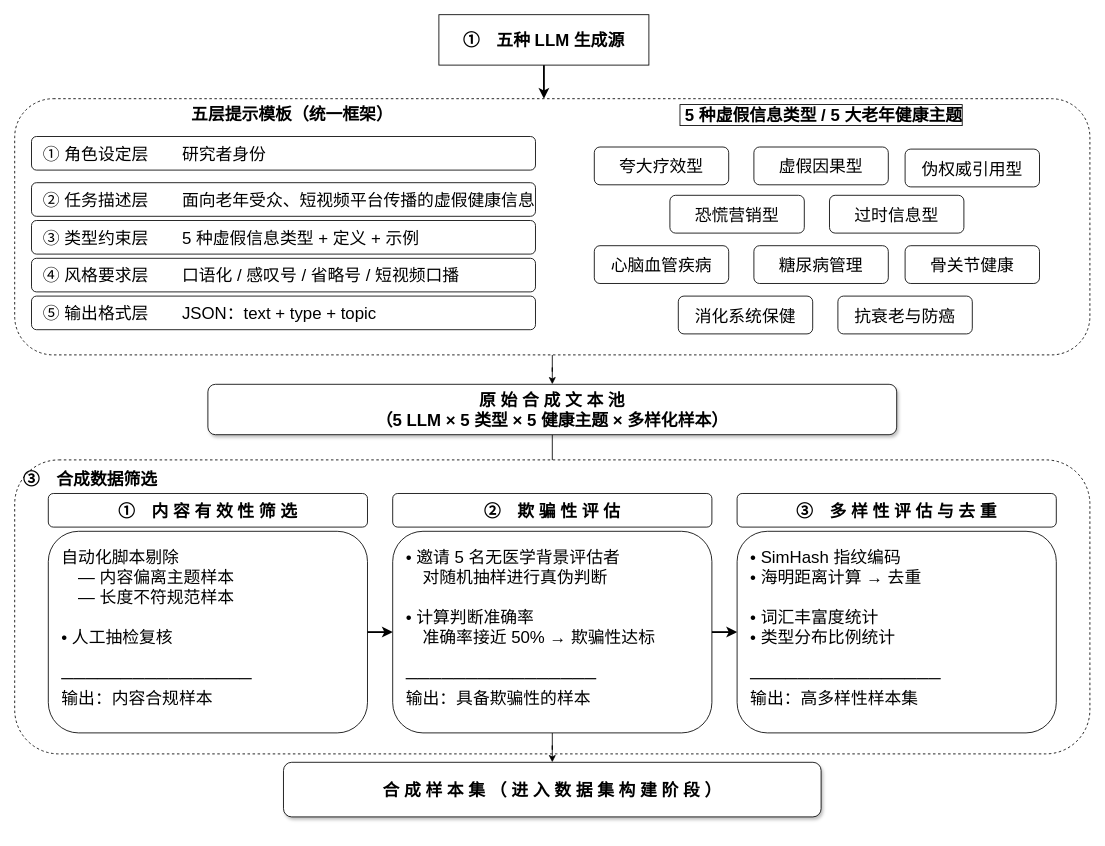
Above: 合成数据生成与筛选流程图.drawio in few2022/paper-reading (draw.io), before the change. Source tidied: cells renumbered, new cells numbered last; positions are measured from the earlier drawing's top-left corner, leaving out a move shared by most shapes. Both pictures are drawn from the tidied source at 84%, with x=0, y=0 at pixel (14, 14).
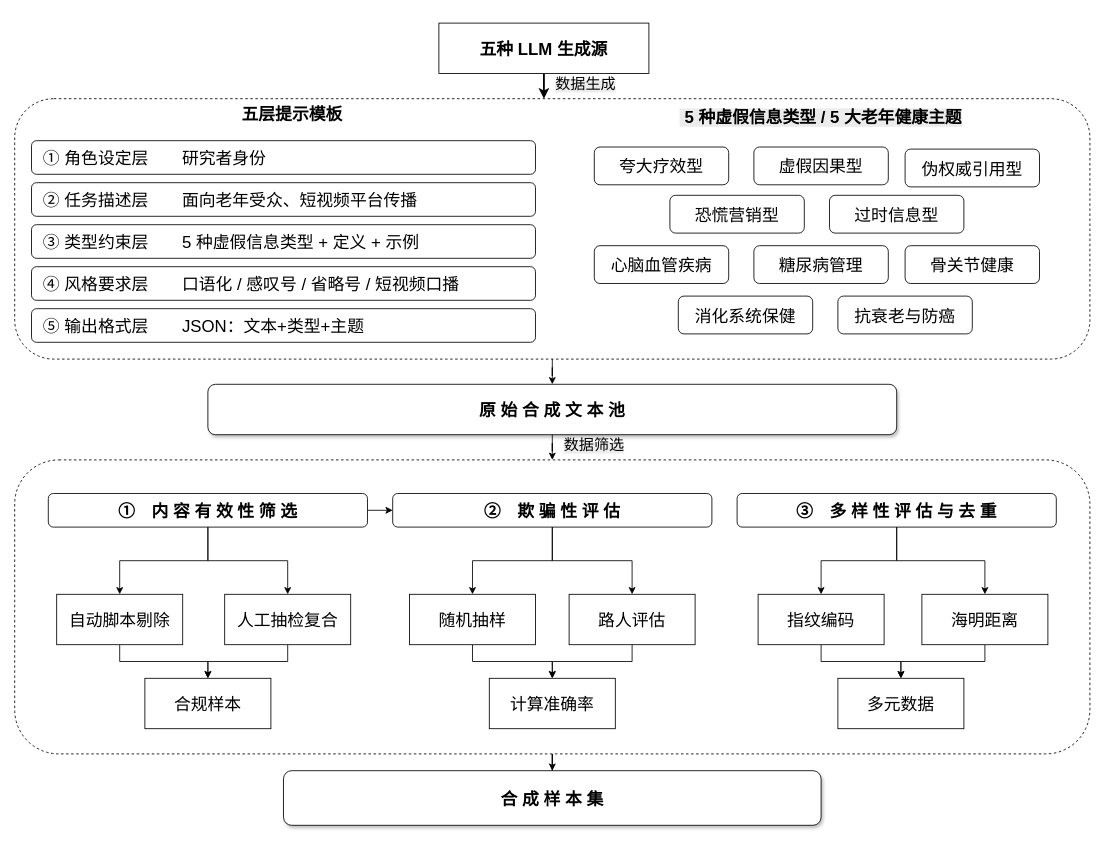
After the change.

Commit message:
更新合成数据生成与筛选流程图.drawio

The change refers to these unchanged cells:
```xml
<mxCell id="16" value="①　内 容 有 效 性 筛 选" style="rounded=1;whiteSpace=wrap;html=1;fontSize=20;fontStyle=1;align=center;verticalAlign=middle;" parent="1" vertex="1">
  <mxGeometry x="40" y="570" width="380" height="40" as="geometry" />
</mxCell>
<mxCell id="18" value="②　欺 骗 性 评 估" style="rounded=1;whiteSpace=wrap;html=1;fontSize=20;fontStyle=1;align=center;verticalAlign=middle;" parent="1" vertex="1">
  <mxGeometry x="450" y="570" width="380" height="40" as="geometry" />
</mxCell>
<mxCell id="21" value="③　多 样 性 评 估 与 去 重" style="rounded=1;whiteSpace=wrap;html=1;fontSize=20;fontStyle=1;align=center;verticalAlign=middle;" parent="1" vertex="1">
  <mxGeometry x="860" y="570" width="380" height="40" as="geometry" />
</mxCell>
```

What changed in the source:
```diff
@@
     <mxCell id="3" style="rounded=1;whiteSpace=wrap;html=1;dashed=1;fontSize=20;verticalAlign=top;align=left;spacingLeft=8;spacingTop=4;fontStyle=1;" parent="1" vertex="1">
-      <mxGeometry y="100" width="1280" height="305" as="geometry" />
+      <mxGeometry y="100" width="1280" height="310" as="geometry" />
     </mxCell>
-    <mxCell id="4" value="五层提示模板（统一框架）" style="text;html=1;align=center;fontSize=20;fontStyle=1;" parent="1" vertex="1">
-      <mxGeometry x="30" y="100" width="600" height="25" as="geometry" />
+    <mxCell id="4" value="五层提示模板" style="text;html=1;align=center;fontSize=20;fontStyle=1;" parent="1" vertex="1">
+      <mxGeometry x="30" y="100" width="600" height="30" as="geometry" />
     </mxCell>
     <mxCell id="5" value="①  角色设定层　　研究者身份" style="rounded=1;whiteSpace=wrap;html=1;fontSize=20;align=left;verticalAlign=middle;spacingLeft=12;" parent="1" vertex="1">
-      <mxGeometry x="20" y="145" width="600" height="40" as="geometry" />
+      <mxGeometry x="20" y="150" width="600" height="40" as="geometry" />
     </mxCell>
-    <mxCell id="6" value="②  任务描述层　　面向老年受众、短视频平台传播的虚假健康信息" style="rounded=1;whiteSpace=wrap;html=1;fontSize=20;align=left;verticalAlign=middle;spacingLeft=12;" parent="1" vertex="1">
+    <mxCell id="6" value="②  任务描述层　　面向老年受众、短视频平台传播" style="rounded=1;whiteSpace=wrap;html=1;fontSize=20;align=left;verticalAlign=middle;spacingLeft=12;" parent="1" vertex="1">
       <mxGeometry x="20" y="200" width="600" height="40" as="geometry" />
     </mxCell>
     <mxCell id="7" value="③  类型约束层　　5 种虚假信息类型 + 定义 + 示例" style="rounded=1;whiteSpace=wrap;html=1;fontSize=20;align=left;verticalAlign=middle;spacingLeft=12;" parent="1" vertex="1">
-      <mxGeometry x="20" y="245" width="600" height="40" as="geometry" />
+      <mxGeometry x="20" y="250" width="600" height="40" as="geometry" />
     </mxCell>
     <mxCell id="8" value="④  风格要求层　　口语化 / 感叹号 / 省略号 / 短视频口播" style="rounded=1;whiteSpace=wrap;html=1;fontSize=20;align=left;verticalAlign=middle;spacingLeft=12;" parent="1" vertex="1">
-      <mxGeometry x="20" y="290" width="600" height="40" as="geometry" />
+      <mxGeometry x="20" y="300" width="600" height="40" as="geometry" />
     </mxCell>
-    <mxCell id="9" value="⑤  输出格式层　　JSON：text + type + topic" style="rounded=1;whiteSpace=wrap;html=1;fontSize=20;align=left;verticalAlign=middle;spacingLeft=12;" parent="1" vertex="1">
-      <mxGeometry x="20" y="335" width="600" height="40" as="geometry" />
+    <mxCell id="9" value="⑤  输出格式层　　JSON：文本+类型+主题" style="rounded=1;whiteSpace=wrap;html=1;fontSize=20;align=left;verticalAlign=middle;spacingLeft=12;" parent="1" vertex="1">
+      <mxGeometry x="20" y="350" width="600" height="40" as="geometry" />
     </mxCell>
-    <mxCell id="10" value="&amp;nbsp;5 种虚假信息类型 / 5 大老年健康主题" style="text;html=1;align=center;fontSize=20;fontStyle=1;labelBorderColor=default;" parent="1" vertex="1">
-      <mxGeometry x="650" y="100" width="620" height="25" as="geometry" />
-    </mxCell>
@@
-    <mxCell id="13" style="edgeStyle=orthogonalEdgeStyle;rounded=0;jettySize=auto;html=1;" parent="1" edge="1" source="14" target="20">
-      <mxGeometry relative="1" as="geometry" />
-    </mxCell>
+    <mxCell id="36" style="edgeStyle=orthogonalEdgeStyle;rounded=0;jettySize=auto;html=1;entryX=0.5;entryY=0;entryDx=0;entryDy=0;" parent="1" edge="1" source="14" target="15">
+      <mxGeometry relative="1" as="geometry" />
+    </mxCell>
-    <mxCell id="14" value="原 始 合 成 文 本 池&#10;（5 LLM × 5 类型 × 5 健康主题 × 多样化样本）" style="rounded=1;whiteSpace=wrap;html=1;fontSize=20;fontStyle=1;align=center;verticalAlign=middle;shadow=1;" parent="1" vertex="1">
+    <mxCell id="14" value="原 始 合 成 文 本 池" style="rounded=1;whiteSpace=wrap;html=1;fontSize=20;fontStyle=1;align=center;verticalAlign=middle;shadow=1;" parent="1" vertex="1">
       <mxGeometry x="230" y="440" width="820" height="60" as="geometry" />
     </mxCell>
+    <mxCell id="37" style="edgeStyle=orthogonalEdgeStyle;rounded=0;jettySize=auto;html=1;" parent="1" edge="1" source="15" target="25">
+      <mxGeometry relative="1" as="geometry" />
+    </mxCell>
-    <mxCell id="15" value="③　合成数据筛选" style="rounded=1;whiteSpace=wrap;html=1;dashed=1;fontSize=20;verticalAlign=top;align=left;spacingLeft=8;spacingTop=4;fontStyle=1;" parent="1" vertex="1">
+    <mxCell id="15" style="rounded=1;whiteSpace=wrap;html=1;dashed=1;fontSize=20;verticalAlign=top;align=left;spacingLeft=8;spacingTop=4;fontStyle=1;" parent="1" vertex="1">
       <mxGeometry y="530" width="1280" height="350" as="geometry" />
     </mxCell>
+    <mxCell id="38" style="edgeStyle=orthogonalEdgeStyle;rounded=0;jettySize=auto;html=1;" parent="1" edge="1" source="16" target="46">
+      <mxGeometry relative="1" as="geometry" />
+    </mxCell>
+    <mxCell id="39" style="edgeStyle=orthogonalEdgeStyle;rounded=0;jettySize=auto;html=1;" parent="1" edge="1" source="16" target="48">
+      <mxGeometry relative="1" as="geometry" />
+    </mxCell>
+    <mxCell id="40" style="edgeStyle=orthogonalEdgeStyle;rounded=0;jettySize=auto;html=1;exitX=1;exitY=0.5;exitDx=0;exitDy=0;entryX=0;entryY=0.5;entryDx=0;entryDy=0;" parent="1" edge="1" source="16" target="18">
+      <mxGeometry relative="1" as="geometry" />
+    </mxCell>
@@
-    <mxCell id="17" value="自动化脚本剔除&lt;br&gt;　— 内容偏离主题样本&lt;br&gt;　— 长度不符规范样本&lt;br&gt;&lt;br&gt;• 人工抽检复核&lt;br&gt;&lt;br&gt;────────────────&lt;br&gt;输出：内容合规样本" style="rounded=1;whiteSpace=wrap;html=1;fontSize=20;align=left;verticalAlign=top;spacingLeft=14;spacingTop=12;" parent="1" vertex="1">
-      <mxGeometry x="40" y="615" width="380" height="240" as="geometry" />
-    </mxCell>
+    <mxCell id="41" style="edgeStyle=orthogonalEdgeStyle;rounded=0;jettySize=auto;html=1;" parent="1" edge="1" source="18" target="52">
+      <mxGeometry relative="1" as="geometry" />
+    </mxCell>
+    <mxCell id="42" style="edgeStyle=orthogonalEdgeStyle;rounded=0;jettySize=auto;html=1;" parent="1" edge="1" source="18" target="50">
+      <mxGeometry relative="1" as="geometry" />
+    </mxCell>
@@
-    <mxCell id="19" style="edgeStyle=orthogonalEdgeStyle;rounded=0;jettySize=auto;html=1;" parent="1" edge="1" source="20" target="25">
-      <mxGeometry relative="1" as="geometry" />
-    </mxCell>
-    <mxCell id="20" value="• 邀请 5 名无医学背景评估者&lt;br&gt;　对随机抽样进行真伪判断&lt;br&gt;&lt;br&gt;&lt;div&gt;• 计算判断准确率&lt;br&gt;　准确率接近 50% → 欺骗性达标&lt;br&gt;&lt;br&gt;────────────────&lt;br&gt;输出：具备欺骗性的样本&lt;/div&gt;" style="rounded=1;whiteSpace=wrap;html=1;fontSize=20;align=left;verticalAlign=top;spacingLeft=14;spacingTop=12;" parent="1" vertex="1">
-      <mxGeometry x="450" y="615" width="380" height="240" as="geometry" />
-    </mxCell>
+    <mxCell id="43" style="edgeStyle=orthogonalEdgeStyle;rounded=0;jettySize=auto;html=1;" parent="1" edge="1" source="21" target="55">
+      <mxGeometry relative="1" as="geometry" />
+    </mxCell>
+    <mxCell id="44" style="edgeStyle=orthogonalEdgeStyle;rounded=0;jettySize=auto;html=1;" parent="1" edge="1" source="21" target="57">
+      <mxGeometry relative="1" as="geometry" />
+    </mxCell>
@@
-    <mxCell id="22" value="• SimHash 指纹编码&#10;• 海明距离计算 → 去重&#10;&#10;• 词汇丰富度统计&#10;• 类型分布比例统计&#10;&#10;────────────────&#10;输出：高多样性样本集" style="rounded=1;whiteSpace=wrap;html=1;fontSize=20;align=left;verticalAlign=top;spacingLeft=14;spacingTop=12;" parent="1" vertex="1">
-      <mxGeometry x="860" y="615" width="380" height="240" as="geometry" />
-    </mxCell>
-    <mxCell id="23" style="endArrow=classic;html=1;rounded=0;strokeWidth=2.2;fontSize=20;" parent="1" edge="1" source="17" target="20">
-      <mxGeometry relative="1" as="geometry" />
-    </mxCell>
-    <mxCell id="24" style="endArrow=classic;html=1;rounded=0;strokeWidth=2.2;fontSize=20;" parent="1" edge="1" source="20" target="22">
-      <mxGeometry relative="1" as="geometry" />
-    </mxCell>
-    <mxCell id="25" value="合 成 样 本 集 （ 进 入 数 据 集 构 建 阶 段 ）" style="rounded=1;whiteSpace=wrap;html=1;fontSize=20;fontStyle=1;align=center;verticalAlign=middle;shadow=1;" parent="1" vertex="1">
-      <mxGeometry x="320" y="890" width="640" height="65" as="geometry" />
+    <mxCell id="25" value="合 成 样 本 集" style="rounded=1;whiteSpace=wrap;html=1;fontSize=20;fontStyle=1;align=center;verticalAlign=middle;shadow=1;" parent="1" vertex="1">
+      <mxGeometry x="320" y="900" width="640" height="65" as="geometry" />
     </mxCell>
@@
-    <mxCell id="35" value="&lt;span style=&quot;font-size: 20px; font-weight: 700; text-align: left;&quot;&gt;①　五种 LLM 生成源&lt;/span&gt;" style="whiteSpace=wrap;html=1;" parent="1" vertex="1">
-      <mxGeometry x="505" width="250" height="60" as="geometry" />
+    <mxCell id="35" value="&lt;span style=&quot;font-size: 20px; font-weight: 700; text-align: left;&quot;&gt;五种 LLM 生成源&lt;/span&gt;" style="whiteSpace=wrap;html=1;" parent="1" vertex="1">
+      <mxGeometry x="505" y="10" width="250" height="60" as="geometry" />
     </mxCell>
+    <mxCell id="10" value="&#10;&lt;span style=&quot;color: rgb(0, 0, 0); font-family: Helvetica; font-size: 20px; font-style: normal; font-variant-ligatures: normal; font-variant-caps: normal; font-weight: 700; letter-spacing: normal; orphans: 2; text-align: center; text-indent: 0px; text-transform: none; widows: 2; word-spacing: 0px; -webkit-text-stroke-width: 0px; white-space: nowrap; background-color: rgb(236, 236, 236); text-decoration-thickness: initial; text-decoration-style: initial; text-decoration-color: initial; display: inline !important; float: none;&quot;&gt;&amp;nbsp;5 种虚假信息类型 / 5 大老年健康主题&lt;/span&gt;&#10;&#10;" style="text;html=1;whiteSpace=wrap;strokeColor=none;fillColor=none;align=center;verticalAlign=middle;rounded=0;" parent="1" vertex="1">
+      <mxGeometry x="930" y="115" width="60" height="30" as="geometry" />
+    </mxCell>
+    <mxCell id="45" style="edgeStyle=orthogonalEdgeStyle;rounded=0;jettySize=auto;html=1;" parent="1" edge="1" source="46" target="58">
+      <mxGeometry relative="1" as="geometry">
+        <Array as="points">
+          <mxPoint x="125" y="770" />
+          <mxPoint x="230" y="770" />
+        </Array>
+      </mxGeometry>
+    </mxCell>
+    <mxCell id="46" value="&lt;span style=&quot;font-size: 20px; text-align: left;&quot;&gt;自动脚本剔除&lt;/span&gt;" style="rounded=0;whiteSpace=wrap;html=1;" parent="1" vertex="1">
+      <mxGeometry x="50" y="690" width="150" height="60" as="geometry" />
+    </mxCell>
+    <mxCell id="47" style="edgeStyle=orthogonalEdgeStyle;rounded=0;jettySize=auto;html=1;entryX=0.5;entryY=0;entryDx=0;entryDy=0;" parent="1" edge="1" source="48" target="58">
+      <mxGeometry relative="1" as="geometry" />
+    </mxCell>
+    <mxCell id="48" value="&lt;div style=&quot;text-align: left;&quot;&gt;&lt;span style=&quot;font-size: 20px;&quot;&gt;人工抽检复合&lt;/span&gt;&lt;/div&gt;" style="rounded=0;whiteSpace=wrap;html=1;" parent="1" vertex="1">
+      <mxGeometry x="250" y="690" width="150" height="60" as="geometry" />
+    </mxCell>
+    <mxCell id="49" style="edgeStyle=orthogonalEdgeStyle;rounded=0;jettySize=auto;html=1;" parent="1" edge="1" source="50" target="53">
+      <mxGeometry relative="1" as="geometry" />
+    </mxCell>
+    <mxCell id="50" value="&lt;div style=&quot;text-align: left;&quot;&gt;&lt;span style=&quot;background-color: transparent; color: light-dark(rgb(0, 0, 0), rgb(255, 255, 255)); font-size: 20px;&quot;&gt;路人评估&lt;/span&gt;&lt;/div&gt;" style="rounded=0;whiteSpace=wrap;html=1;" parent="1" vertex="1">
+      <mxGeometry x="660" y="690" width="150" height="60" as="geometry" />
+    </mxCell>
+    <mxCell id="51" style="edgeStyle=orthogonalEdgeStyle;rounded=0;jettySize=auto;html=1;" parent="1" edge="1" source="52" target="53">
+      <mxGeometry relative="1" as="geometry" />
+    </mxCell>
+    <mxCell id="52" value="&lt;div style=&quot;text-align: left;&quot;&gt;&lt;span style=&quot;background-color: transparent; color: light-dark(rgb(0, 0, 0), rgb(255, 255, 255)); font-size: 20px;&quot;&gt;随机抽样&lt;/span&gt;&lt;/div&gt;" style="rounded=0;whiteSpace=wrap;html=1;" parent="1" vertex="1">
+      <mxGeometry x="470" y="690" width="150" height="60" as="geometry" />
+    </mxCell>
+    <mxCell id="53" value="&lt;div style=&quot;text-align: left;&quot;&gt;&lt;span style=&quot;background-color: transparent; color: light-dark(rgb(0, 0, 0), rgb(255, 255, 255)); font-size: 20px;&quot;&gt;计算准确率&lt;/span&gt;&lt;/div&gt;" style="rounded=0;whiteSpace=wrap;html=1;" parent="1" vertex="1">
+      <mxGeometry x="565" y="790" width="150" height="60" as="geometry" />
+    </mxCell>
+    <mxCell id="54" style="edgeStyle=orthogonalEdgeStyle;rounded=0;jettySize=auto;html=1;" parent="1" edge="1" source="55" target="59">
+      <mxGeometry relative="1" as="geometry" />
+    </mxCell>
+    <mxCell id="55" value="&lt;div style=&quot;text-align: left;&quot;&gt;&lt;span style=&quot;background-color: transparent; color: light-dark(rgb(0, 0, 0), rgb(255, 255, 255)); font-size: 20px;&quot;&gt;指纹编码&lt;/span&gt;&lt;/div&gt;" style="rounded=0;whiteSpace=wrap;html=1;" parent="1" vertex="1">
+      <mxGeometry x="885" y="690" width="150" height="60" as="geometry" />
+    </mxCell>
+    <mxCell id="56" style="edgeStyle=orthogonalEdgeStyle;rounded=0;jettySize=auto;html=1;" parent="1" edge="1" source="57" target="59">
+      <mxGeometry relative="1" as="geometry" />
+    </mxCell>
+    <mxCell id="57" value="&lt;div style=&quot;text-align: left;&quot;&gt;&lt;span style=&quot;background-color: transparent; color: light-dark(rgb(0, 0, 0), rgb(255, 255, 255)); font-size: 20px;&quot;&gt;海明距离&lt;/span&gt;&lt;/div&gt;" style="rounded=0;whiteSpace=wrap;html=1;" parent="1" vertex="1">
+      <mxGeometry x="1080" y="690" width="150" height="60" as="geometry" />
+    </mxCell>
+    <mxCell id="58" value="&lt;div style=&quot;text-align: left;&quot;&gt;&lt;span style=&quot;font-size: 20px;&quot;&gt;合规样本&lt;/span&gt;&lt;/div&gt;" style="rounded=0;whiteSpace=wrap;html=1;" parent="1" vertex="1">
+      <mxGeometry x="155" y="790" width="150" height="60" as="geometry" />
+    </mxCell>
+    <mxCell id="59" value="&lt;div style=&quot;text-align: left;&quot;&gt;&lt;span style=&quot;background-color: transparent; color: light-dark(rgb(0, 0, 0), rgb(255, 255, 255)); font-size: 20px;&quot;&gt;多元数据&lt;/span&gt;&lt;/div&gt;" style="rounded=0;whiteSpace=wrap;html=1;" parent="1" vertex="1">
+      <mxGeometry x="980" y="790" width="150" height="60" as="geometry" />
+    </mxCell>
+    <mxCell id="60" value="&lt;font face=&quot;Georgia&quot;&gt;&lt;br&gt;&lt;/font&gt;&lt;pre&gt;&lt;span style=&quot;orphans: 2; text-align: left; text-indent: 0px; widows: 2; text-decoration-thickness: initial; text-decoration-style: initial; text-decoration-color: initial; float: none; color: rgb(0, 0, 0); background-color: rgb(236, 236, 236); display: inline !important;&quot;&gt;&lt;font style=&quot;font-size: 18px;&quot; face=&quot;Georgia&quot;&gt;数据筛选&lt;/font&gt;&lt;/span&gt;&lt;/pre&gt;" style="text;html=1;whiteSpace=wrap;strokeColor=none;fillColor=none;align=center;verticalAlign=middle;rounded=0;" parent="1" vertex="1">
+      <mxGeometry x="600" y="490" width="180" height="30" as="geometry" />
+    </mxCell>
+    <mxCell id="61" value="&lt;font face=&quot;Georgia&quot;&gt;&lt;br&gt;&lt;/font&gt;&lt;pre&gt;&lt;span style=&quot;orphans: 2; text-align: left; text-indent: 0px; widows: 2; text-decoration-thickness: initial; text-decoration-style: initial; text-decoration-color: initial; float: none; color: rgb(0, 0, 0); background-color: rgb(236, 236, 236); display: inline !important;&quot;&gt;&lt;font style=&quot;font-size: 18px;&quot; face=&quot;Georgia&quot;&gt;数据生成&lt;/font&gt;&lt;/span&gt;&lt;/pre&gt;" style="text;html=1;whiteSpace=wrap;strokeColor=none;fillColor=none;align=center;verticalAlign=middle;rounded=0;" parent="1" vertex="1">
+      <mxGeometry x="590" y="60" width="180" height="30" as="geometry" />
+    </mxCell>
```
